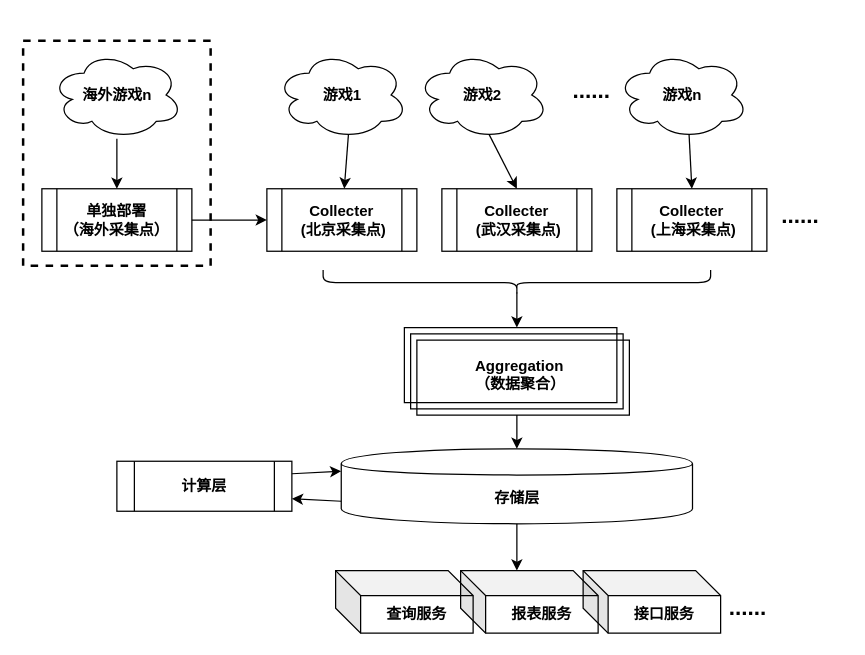
Earlier version of the draw.io diagram map/采集通用架构.drawio (imperio-wxm/draw). Source tidied: cells renumbered, new cells numbered last; positions are measured from the earlier drawing's top-left corner, leaving out a move shared by most shapes. Both pictures are drawn from the tidied source at 125%, with x=0, y=0 at pixel (22, 40).
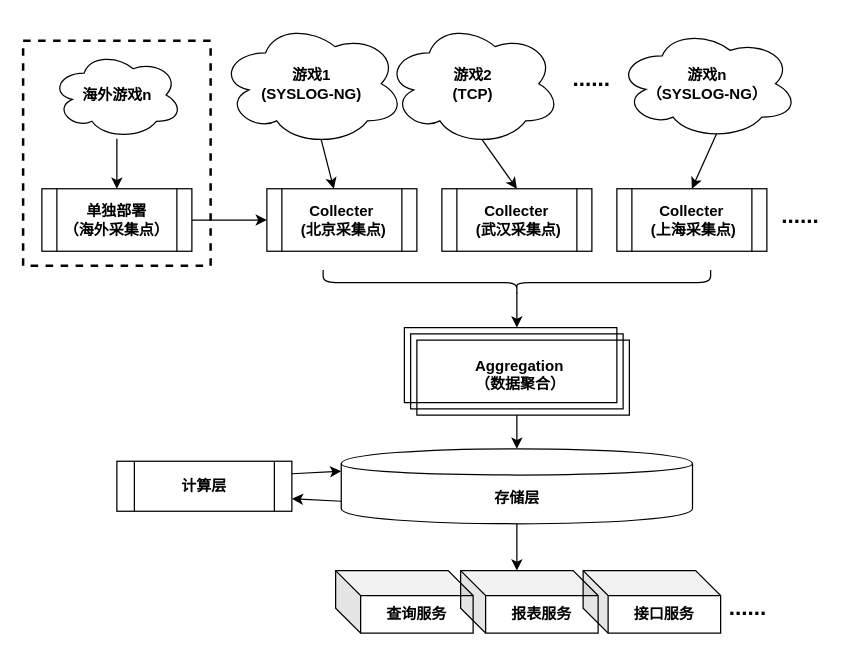
Above is the later version.

Commit message:
更新采集通用架构.drawio

What changed in the source:
```diff
@@
-    <mxCell id="6" value="&lt;b&gt;游戏1&lt;/b&gt;" style="ellipse;shape=cloud;whiteSpace=wrap;html=1;" parent="1" vertex="1">
-      <mxGeometry x="202.5" y="8.5" width="105" height="70" as="geometry" />
+    <mxCell id="6" value="&lt;b&gt;游戏1&lt;br&gt;(SYSLOG-NG)&lt;br&gt;&lt;/b&gt;" style="ellipse;shape=cloud;whiteSpace=wrap;html=1;" parent="1" vertex="1">
+      <mxGeometry x="157" y="-15" width="148" height="99" as="geometry" />
     </mxCell>
-    <mxCell id="7" value="&lt;b&gt;游戏2&lt;/b&gt;" style="ellipse;shape=cloud;whiteSpace=wrap;html=1;" parent="1" vertex="1">
-      <mxGeometry x="315" y="8.5" width="105" height="70" as="geometry" />
+    <mxCell id="7" value="&lt;b&gt;游戏2&lt;br&gt;(TCP)&lt;br&gt;&lt;/b&gt;" style="ellipse;shape=cloud;whiteSpace=wrap;html=1;" parent="1" vertex="1">
+      <mxGeometry x="290" y="-15" width="140" height="99" as="geometry" />
     </mxCell>
-    <mxCell id="8" value="&lt;b&gt;游戏n&lt;/b&gt;" style="ellipse;shape=cloud;whiteSpace=wrap;html=1;" parent="1" vertex="1">
-      <mxGeometry x="475" y="8.5" width="105" height="70" as="geometry" />
+    <mxCell id="8" value="&lt;b&gt;游戏n&lt;br&gt;（SYSLOG-NG）&lt;br&gt;&lt;/b&gt;" style="ellipse;shape=cloud;whiteSpace=wrap;html=1;" parent="1" vertex="1">
+      <mxGeometry x="475" y="-10" width="145" height="89" as="geometry" />
     </mxCell>
@@
     <mxCell id="10" value="&lt;b style=&quot;font-size: 18px&quot;&gt;&lt;br&gt;......&lt;/b&gt;&lt;br&gt;" style="text;html=1;strokeColor=none;fillColor=none;align=center;verticalAlign=middle;whiteSpace=wrap;rounded=0;" parent="1" vertex="1">
-      <mxGeometry x="420" y="8.5" width="70" height="40" as="geometry" />
+      <mxGeometry x="420" width="70" height="40" as="geometry" />
     </mxCell>
```
